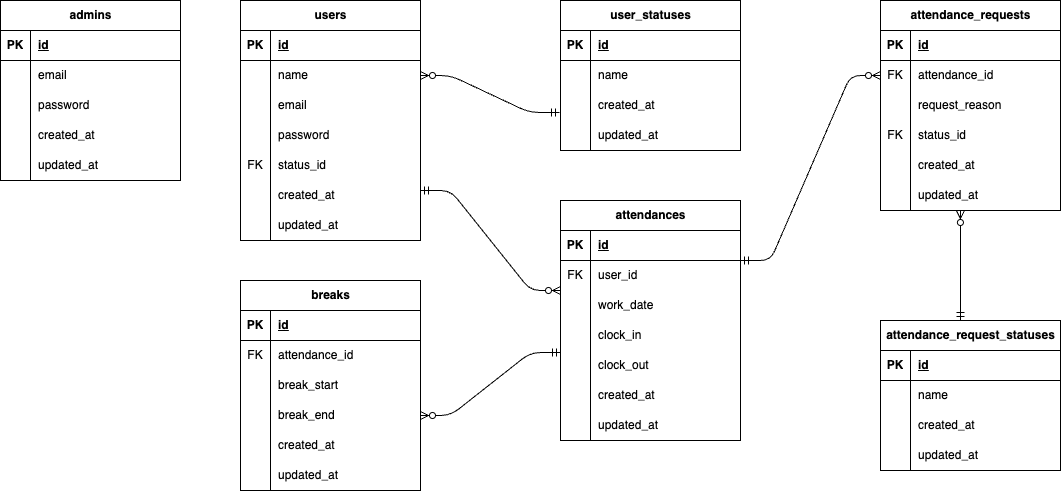
yurikoUe/time-attendance-management-app keeps this draw.io diagram as docs/er-diagram.png. Above is the earlier version. Source tidied: cells renumbered, new cells last; positions are measured from the earlier drawing's top-left corner, leaving out a move shared by most shapes.
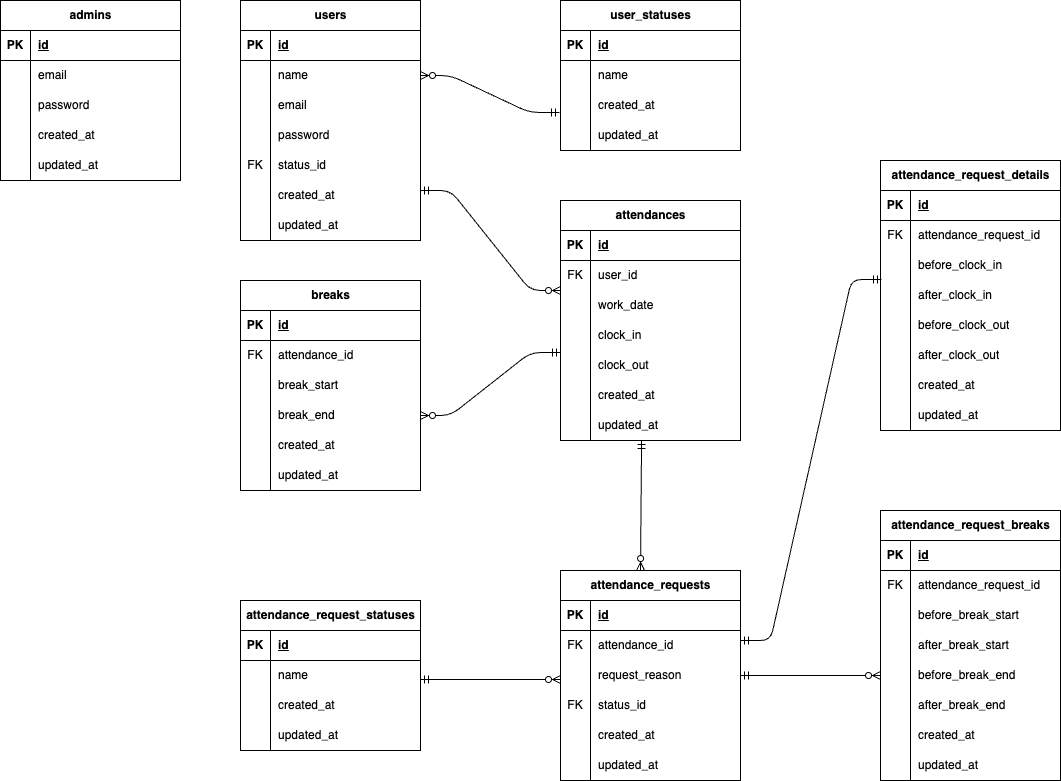
After the change.

What changed in the source:
```diff
@@ -279,7 +279,7 @@
       <mxGeometry x="30" width="150" height="30" as="geometry" />
     </mxCell>
     <mxCell id="94" value="attendance_requests" style="shape=table;startSize=30;rowLines=0;fontStyle=1;align=center;html=1;" parent="1" vertex="1">
-      <mxGeometry x="880" width="180" height="210" as="geometry" />
+      <mxGeometry x="560" y="570" width="180" height="210" as="geometry" />
     </mxCell>
     <mxCell id="95" style="shape=tableRow;horizontal=0;startSize=0;swimlaneHead=0;swimlaneBody=0;fillColor=none;top=0;left=0;right=0;bottom=1;" parent="94" vertex="1">
       <mxGeometry y="30" width="180" height="30" as="geometry" />
@@ -336,7 +336,7 @@
       <mxGeometry x="30" width="150" height="30" as="geometry" />
     </mxCell>
     <mxCell id="113" value="attendance_request_statuses" style="shape=table;startSize=30;rowLines=0;fontStyle=1;align=center;html=1;" parent="1" vertex="1">
-      <mxGeometry x="880" y="320" width="180" height="150" as="geometry" />
+      <mxGeometry x="240" y="600" width="180" height="150" as="geometry" />
     </mxCell>
     <mxCell id="114" style="shape=tableRow;horizontal=0;startSize=0;swimlaneHead=0;swimlaneBody=0;fillColor=none;top=0;left=0;right=0;bottom=1;" parent="113" vertex="1">
       <mxGeometry y="30" width="180" height="30" as="geometry" />
@@ -385,13 +385,175 @@
     <mxCell id="128" style="edgeStyle=entityRelationEdgeStyle;fontSize=12;html=1;endArrow=ERzeroToMany;startArrow=ERmandOne;rounded=1;exitX=0;exitY=1.067;exitDx=0;exitDy=0;exitPerimeter=0;entryX=1;entryY=0.5;entryDx=0;entryDy=0;curved=0;" parent="1" edge="1" source="63" target="85">
       <mxGeometry relative="1" as="geometry" />
     </mxCell>
-    <mxCell id="129" style="edgeStyle=entityRelationEdgeStyle;fontSize=12;html=1;endArrow=ERzeroToMany;startArrow=ERmandOne;rounded=1;curved=0;entryX=0;entryY=0.5;entryDx=0;entryDy=0;" parent="1" edge="1" target="98">
+    <mxCell id="129" style="fontSize=12;html=1;endArrow=ERzeroToMany;startArrow=ERmandOne;rounded=1;entryX=0.5;entryY=0;entryDx=0;entryDy=0;exitX=0.506;exitY=1;exitDx=0;exitDy=0;exitPerimeter=0;" parent="1" edge="1">
       <mxGeometry relative="1" as="geometry">
-        <mxPoint x="740" y="260" as="sourcePoint" />
+        <mxPoint x="641.1" y="440" as="sourcePoint" />
+        <mxPoint x="640" y="570" as="targetPoint" />
       </mxGeometry>
     </mxCell>
-    <mxCell id="130" style="fontSize=12;html=1;endArrow=ERzeroToMany;startArrow=ERmandOne;rounded=0;entryX=0.444;entryY=1;entryDx=0;entryDy=0;entryPerimeter=0;exitX=0.444;exitY=0;exitDx=0;exitDy=0;exitPerimeter=0;" parent="1" edge="1" source="113" target="110">
-      <mxGeometry relative="1" as="geometry" />
+    <mxCell id="130" style="fontSize=12;html=1;endArrow=ERzeroToMany;startArrow=ERmandOne;rounded=0;entryX=0;entryY=0.5;entryDx=0;entryDy=0;exitX=1;exitY=0.5;exitDx=0;exitDy=0;" parent="1" edge="1">
+      <mxGeometry relative="1" as="geometry">
+        <mxPoint x="420" y="679" as="sourcePoint" />
+        <mxPoint x="560" y="679" as="targetPoint" />
+      </mxGeometry>
     </mxCell>
+    <mxCell id="131" value="attendance_request_breaks" style="shape=table;startSize=30;rowLines=0;fontStyle=1;align=center;html=1;" parent="1" vertex="1">
+      <mxGeometry x="880" y="510" width="180" height="270" as="geometry" />
+    </mxCell>
+    <mxCell id="132" style="shape=tableRow;horizontal=0;startSize=0;swimlaneHead=0;swimlaneBody=0;fillColor=none;top=0;left=0;right=0;bottom=1;" parent="131" vertex="1">
+      <mxGeometry y="30" width="180" height="30" as="geometry" />
+    </mxCell>
+    <mxCell id="133" value="PK" style="shape=partialRectangle;fillColor=none;top=0;left=0;bottom=0;right=0;fontStyle=1;overflow=hidden;whiteSpace=wrap;html=1;" parent="132" vertex="1">
+      <mxGeometry width="30" height="30" as="geometry" />
+    </mxCell>
+    <mxCell id="134" value="id" style="shape=partialRectangle;fillColor=none;top=0;left=0;bottom=0;right=0;align=left;spacingLeft=6;fontStyle=5;overflow=hidden;whiteSpace=wrap;html=1;" parent="132" vertex="1">
+      <mxGeometry x="30" width="150" height="30" as="geometry" />
+    </mxCell>
+    <mxCell id="135" style="shape=tableRow;horizontal=0;startSize=0;swimlaneHead=0;swimlaneBody=0;fillColor=none;top=0;left=0;right=0;bottom=0;" parent="131" vertex="1">
+      <mxGeometry y="60" width="180" height="30" as="geometry" />
+    </mxCell>
+    <mxCell id="136" value="FK" style="shape=partialRectangle;fillColor=none;top=0;left=0;bottom=0;right=0;overflow=hidden;whiteSpace=wrap;html=1;" parent="135" vertex="1">
+      <mxGeometry width="30" height="30" as="geometry" />
+    </mxCell>
+    <mxCell id="137" value="attendance_request_id" style="shape=partialRectangle;fillColor=none;top=0;left=0;bottom=0;right=0;align=left;spacingLeft=6;overflow=hidden;whiteSpace=wrap;html=1;" parent="135" vertex="1">
+      <mxGeometry x="30" width="150" height="30" as="geometry" />
+    </mxCell>
+    <mxCell id="138" style="shape=tableRow;horizontal=0;startSize=0;swimlaneHead=0;swimlaneBody=0;fillColor=none;top=0;left=0;right=0;bottom=0;" parent="131" vertex="1">
+      <mxGeometry y="90" width="180" height="30" as="geometry" />
+    </mxCell>
+    <mxCell id="139" style="shape=partialRectangle;fillColor=none;top=0;left=0;bottom=0;right=0;overflow=hidden;whiteSpace=wrap;html=1;" parent="138" vertex="1">
+      <mxGeometry width="30" height="30" as="geometry" />
+    </mxCell>
+    <mxCell id="140" value="before_break_start" style="shape=partialRectangle;fillColor=none;top=0;left=0;bottom=0;right=0;align=left;spacingLeft=6;overflow=hidden;whiteSpace=wrap;html=1;" parent="138" vertex="1">
+      <mxGeometry x="30" width="150" height="30" as="geometry" />
+    </mxCell>
+    <mxCell id="141" style="shape=tableRow;horizontal=0;startSize=0;swimlaneHead=0;swimlaneBody=0;fillColor=none;top=0;left=0;right=0;bottom=0;" parent="131" vertex="1">
+      <mxGeometry y="120" width="180" height="30" as="geometry" />
+    </mxCell>
+    <mxCell id="142" style="shape=partialRectangle;fillColor=none;top=0;left=0;bottom=0;right=0;overflow=hidden;whiteSpace=wrap;html=1;" parent="141" vertex="1">
+      <mxGeometry width="30" height="30" as="geometry" />
+    </mxCell>
+    <mxCell id="143" value="after_break_start" style="shape=partialRectangle;fillColor=none;top=0;left=0;bottom=0;right=0;align=left;spacingLeft=6;overflow=hidden;whiteSpace=wrap;html=1;" parent="141" vertex="1">
+      <mxGeometry x="30" width="150" height="30" as="geometry" />
+    </mxCell>
+    <mxCell id="144" style="shape=tableRow;horizontal=0;startSize=0;swimlaneHead=0;swimlaneBody=0;fillColor=none;points=[[0,0.5],[1,0.5]];portConstraint=eastwest;top=0;left=0;right=0;bottom=0;" parent="131" vertex="1">
+      <mxGeometry y="150" width="180" height="30" as="geometry" />
+    </mxCell>
+    <mxCell id="145" style="shape=partialRectangle;fillColor=none;top=0;left=0;bottom=0;right=0;overflow=hidden;whiteSpace=wrap;html=1;" parent="144" vertex="1">
+      <mxGeometry width="30" height="30" as="geometry" />
+    </mxCell>
+    <mxCell id="146" value="before_break_end" style="shape=partialRectangle;fillColor=none;top=0;left=0;bottom=0;right=0;align=left;spacingLeft=6;overflow=hidden;whiteSpace=wrap;html=1;" parent="144" vertex="1">
+      <mxGeometry x="30" width="150" height="30" as="geometry" />
+    </mxCell>
+    <mxCell id="147" style="shape=tableRow;horizontal=0;startSize=0;swimlaneHead=0;swimlaneBody=0;fillColor=none;top=0;left=0;right=0;bottom=0;" parent="131" vertex="1">
+      <mxGeometry y="180" width="180" height="30" as="geometry" />
+    </mxCell>
+    <mxCell id="148" style="shape=partialRectangle;fillColor=none;top=0;left=0;bottom=0;right=0;overflow=hidden;whiteSpace=wrap;html=1;" parent="147" vertex="1">
+      <mxGeometry width="30" height="30" as="geometry" />
+    </mxCell>
+    <mxCell id="149" value="after_break_end" style="shape=partialRectangle;fillColor=none;top=0;left=0;bottom=0;right=0;align=left;spacingLeft=6;overflow=hidden;whiteSpace=wrap;html=1;" parent="147" vertex="1">
+      <mxGeometry x="30" width="150" height="30" as="geometry" />
+    </mxCell>
+    <mxCell id="150" style="shape=tableRow;horizontal=0;startSize=0;swimlaneHead=0;swimlaneBody=0;fillColor=none;top=0;left=0;right=0;bottom=0;" parent="131" vertex="1">
+      <mxGeometry y="210" width="180" height="30" as="geometry" />
+    </mxCell>
+    <mxCell id="151" style="shape=partialRectangle;fillColor=none;top=0;left=0;bottom=0;right=0;overflow=hidden;whiteSpace=wrap;html=1;" parent="150" vertex="1">
+      <mxGeometry width="30" height="30" as="geometry" />
+    </mxCell>
+    <mxCell id="152" value="created_at" style="shape=partialRectangle;fillColor=none;top=0;left=0;bottom=0;right=0;align=left;spacingLeft=6;overflow=hidden;whiteSpace=wrap;html=1;" parent="150" vertex="1">
+      <mxGeometry x="30" width="150" height="30" as="geometry" />
+    </mxCell>
+    <mxCell id="153" style="shape=tableRow;horizontal=0;startSize=0;swimlaneHead=0;swimlaneBody=0;fillColor=none;top=0;left=0;right=0;bottom=0;" parent="131" vertex="1">
+      <mxGeometry y="240" width="180" height="30" as="geometry" />
+    </mxCell>
+    <mxCell id="154" style="shape=partialRectangle;fillColor=none;top=0;left=0;bottom=0;right=0;overflow=hidden;whiteSpace=wrap;html=1;" parent="153" vertex="1">
+      <mxGeometry width="30" height="30" as="geometry" />
+    </mxCell>
+    <mxCell id="155" value="updated_at" style="shape=partialRectangle;fillColor=none;top=0;left=0;bottom=0;right=0;align=left;spacingLeft=6;overflow=hidden;whiteSpace=wrap;html=1;" parent="153" vertex="1">
+      <mxGeometry x="30" width="150" height="30" as="geometry" />
+    </mxCell>
+    <mxCell id="156" value="attendance_request_details" style="shape=table;startSize=30;rowLines=0;fontStyle=1;align=center;html=1;" parent="1" vertex="1">
+      <mxGeometry x="880" y="160" width="180" height="270" as="geometry" />
+    </mxCell>
+    <mxCell id="157" style="shape=tableRow;horizontal=0;startSize=0;swimlaneHead=0;swimlaneBody=0;fillColor=none;top=0;left=0;right=0;bottom=1;" parent="156" vertex="1">
+      <mxGeometry y="30" width="180" height="30" as="geometry" />
+    </mxCell>
+    <mxCell id="158" value="PK" style="shape=partialRectangle;fillColor=none;top=0;left=0;bottom=0;right=0;fontStyle=1;overflow=hidden;whiteSpace=wrap;html=1;" parent="157" vertex="1">
+      <mxGeometry width="30" height="30" as="geometry" />
+    </mxCell>
+    <mxCell id="159" value="id" style="shape=partialRectangle;fillColor=none;top=0;left=0;bottom=0;right=0;align=left;spacingLeft=6;fontStyle=5;overflow=hidden;whiteSpace=wrap;html=1;" parent="157" vertex="1">
+      <mxGeometry x="30" width="150" height="30" as="geometry" />
+    </mxCell>
+    <mxCell id="160" style="shape=tableRow;horizontal=0;startSize=0;swimlaneHead=0;swimlaneBody=0;fillColor=none;top=0;left=0;right=0;bottom=0;" parent="156" vertex="1">
+      <mxGeometry y="60" width="180" height="30" as="geometry" />
+    </mxCell>
+    <mxCell id="161" value="FK" style="shape=partialRectangle;fillColor=none;top=0;left=0;bottom=0;right=0;overflow=hidden;whiteSpace=wrap;html=1;" parent="160" vertex="1">
+      <mxGeometry width="30" height="30" as="geometry" />
+    </mxCell>
+    <mxCell id="162" value="attendance_request_id" style="shape=partialRectangle;fillColor=none;top=0;left=0;bottom=0;right=0;align=left;spacingLeft=6;overflow=hidden;whiteSpace=wrap;html=1;" parent="160" vertex="1">
+      <mxGeometry x="30" width="150" height="30" as="geometry" />
+    </mxCell>
+    <mxCell id="163" style="shape=tableRow;horizontal=0;startSize=0;swimlaneHead=0;swimlaneBody=0;fillColor=none;points=[[0,0.5],[1,0.5]];portConstraint=eastwest;top=0;left=0;right=0;bottom=0;" parent="156" vertex="1">
+      <mxGeometry y="90" width="180" height="30" as="geometry" />
+    </mxCell>
+    <mxCell id="164" style="shape=partialRectangle;fillColor=none;top=0;left=0;bottom=0;right=0;overflow=hidden;whiteSpace=wrap;html=1;" parent="163" vertex="1">
+      <mxGeometry width="30" height="30" as="geometry" />
+    </mxCell>
+    <mxCell id="165" value="before_clock_in" style="shape=partialRectangle;fillColor=none;top=0;left=0;bottom=0;right=0;align=left;spacingLeft=6;overflow=hidden;whiteSpace=wrap;html=1;" parent="163" vertex="1">
+      <mxGeometry x="30" width="150" height="30" as="geometry" />
+    </mxCell>
+    <mxCell id="166" style="shape=tableRow;horizontal=0;startSize=0;swimlaneHead=0;swimlaneBody=0;fillColor=none;top=0;left=0;right=0;bottom=0;" parent="156" vertex="1">
+      <mxGeometry y="120" width="180" height="30" as="geometry" />
+    </mxCell>
+    <mxCell id="167" style="shape=partialRectangle;fillColor=none;top=0;left=0;bottom=0;right=0;overflow=hidden;whiteSpace=wrap;html=1;" parent="166" vertex="1">
+      <mxGeometry width="30" height="30" as="geometry" />
+    </mxCell>
+    <mxCell id="168" value="after_clock_in" style="shape=partialRectangle;fillColor=none;top=0;left=0;bottom=0;right=0;align=left;spacingLeft=6;overflow=hidden;whiteSpace=wrap;html=1;" parent="166" vertex="1">
+      <mxGeometry x="30" width="150" height="30" as="geometry" />
+    </mxCell>
+    <mxCell id="169" style="shape=tableRow;horizontal=0;startSize=0;swimlaneHead=0;swimlaneBody=0;fillColor=none;top=0;left=0;right=0;bottom=0;" parent="156" vertex="1">
+      <mxGeometry y="150" width="180" height="30" as="geometry" />
+    </mxCell>
+    <mxCell id="170" style="shape=partialRectangle;fillColor=none;top=0;left=0;bottom=0;right=0;overflow=hidden;whiteSpace=wrap;html=1;" parent="169" vertex="1">
+      <mxGeometry width="30" height="30" as="geometry" />
+    </mxCell>
+    <mxCell id="171" value="before_clock_out" style="shape=partialRectangle;fillColor=none;top=0;left=0;bottom=0;right=0;align=left;spacingLeft=6;overflow=hidden;whiteSpace=wrap;html=1;" parent="169" vertex="1">
+      <mxGeometry x="30" width="150" height="30" as="geometry" />
+    </mxCell>
+    <mxCell id="172" style="shape=tableRow;horizontal=0;startSize=0;swimlaneHead=0;swimlaneBody=0;fillColor=none;top=0;left=0;right=0;bottom=0;" parent="156" vertex="1">
+      <mxGeometry y="180" width="180" height="30" as="geometry" />
+    </mxCell>
+    <mxCell id="173" style="shape=partialRectangle;fillColor=none;top=0;left=0;bottom=0;right=0;overflow=hidden;whiteSpace=wrap;html=1;" parent="172" vertex="1">
+      <mxGeometry width="30" height="30" as="geometry" />
+    </mxCell>
+    <mxCell id="174" value="after_clock_out" style="shape=partialRectangle;fillColor=none;top=0;left=0;bottom=0;right=0;align=left;spacingLeft=6;overflow=hidden;whiteSpace=wrap;html=1;" parent="172" vertex="1">
+      <mxGeometry x="30" width="150" height="30" as="geometry" />
+    </mxCell>
+    <mxCell id="175" style="shape=tableRow;horizontal=0;startSize=0;swimlaneHead=0;swimlaneBody=0;fillColor=none;top=0;left=0;right=0;bottom=0;" parent="156" vertex="1">
+      <mxGeometry y="210" width="180" height="30" as="geometry" />
+    </mxCell>
+    <mxCell id="176" style="shape=partialRectangle;fillColor=none;top=0;left=0;bottom=0;right=0;overflow=hidden;whiteSpace=wrap;html=1;" parent="175" vertex="1">
+      <mxGeometry width="30" height="30" as="geometry" />
+    </mxCell>
+    <mxCell id="177" value="created_at" style="shape=partialRectangle;fillColor=none;top=0;left=0;bottom=0;right=0;align=left;spacingLeft=6;overflow=hidden;whiteSpace=wrap;html=1;" parent="175" vertex="1">
+      <mxGeometry x="30" width="150" height="30" as="geometry" />
+    </mxCell>
+    <mxCell id="178" style="shape=tableRow;horizontal=0;startSize=0;swimlaneHead=0;swimlaneBody=0;fillColor=none;top=0;left=0;right=0;bottom=0;" parent="156" vertex="1">
+      <mxGeometry y="240" width="180" height="30" as="geometry" />
+    </mxCell>
+    <mxCell id="179" style="shape=partialRectangle;fillColor=none;top=0;left=0;bottom=0;right=0;overflow=hidden;whiteSpace=wrap;html=1;" parent="178" vertex="1">
+      <mxGeometry width="30" height="30" as="geometry" />
+    </mxCell>
+    <mxCell id="180" value="updated_at" style="shape=partialRectangle;fillColor=none;top=0;left=0;bottom=0;right=0;align=left;spacingLeft=6;overflow=hidden;whiteSpace=wrap;html=1;" parent="178" vertex="1">
+      <mxGeometry x="30" width="150" height="30" as="geometry" />
+    </mxCell>
+    <mxCell id="181" style="fontSize=12;html=1;endArrow=ERzeroToMany;startArrow=ERmandOne;rounded=1;entryX=0;entryY=0.5;entryDx=0;entryDy=0;exitX=1;exitY=0.5;exitDx=0;exitDy=0;" parent="1" edge="1" source="101" target="144">
+      <mxGeometry relative="1" as="geometry" />
+    </mxCell>
+    <mxCell id="182" style="edgeStyle=entityRelationEdgeStyle;fontSize=12;html=1;endArrow=ERmandOne;startArrow=ERmandOne;rounded=1;curved=0;entryX=0.006;entryY=0.967;entryDx=0;entryDy=0;entryPerimeter=0;" parent="1" edge="1" target="163">
+      <mxGeometry relative="1" as="geometry">
+        <mxPoint x="740" y="640" as="sourcePoint" />
+      </mxGeometry>
+    </mxCell>
   </root>
 </mxGraphModel>
```
